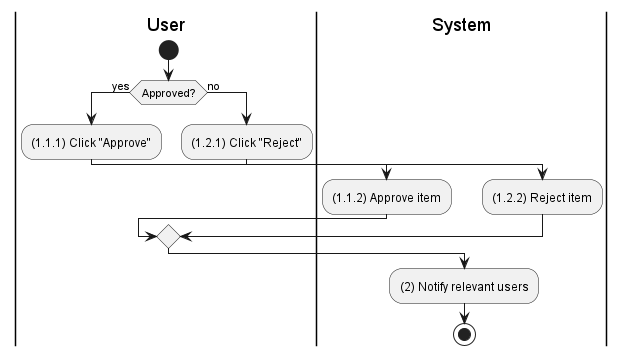
The PlantUML diagram activities/production-order-approve.png in phihungha/scmss-reqs, before a commit.
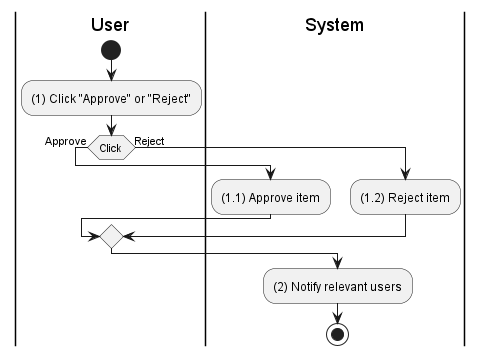
The same file after the commit.

Change to the diagram source:
```diff
@@ -4,16 +4,13 @@
 
 |u|
 start
-
-if (Approved?) then (yes)
-    :(1.1.1) Click "Approve";
+:(1) Click "Approve" or "Reject";
+if (Click) then (Approve)
     |s|
-    :(1.1.2) Approve item;
-else (no)
-    |u|
-    :(1.2.1) Click "Reject";
+    :(1.1) Approve item;
+else (Reject)
     |s|
-    :(1.2.2) Reject item;
+    :(1.2) Reject item;
 endif
 
 :(2) Notify relevant users;
```
